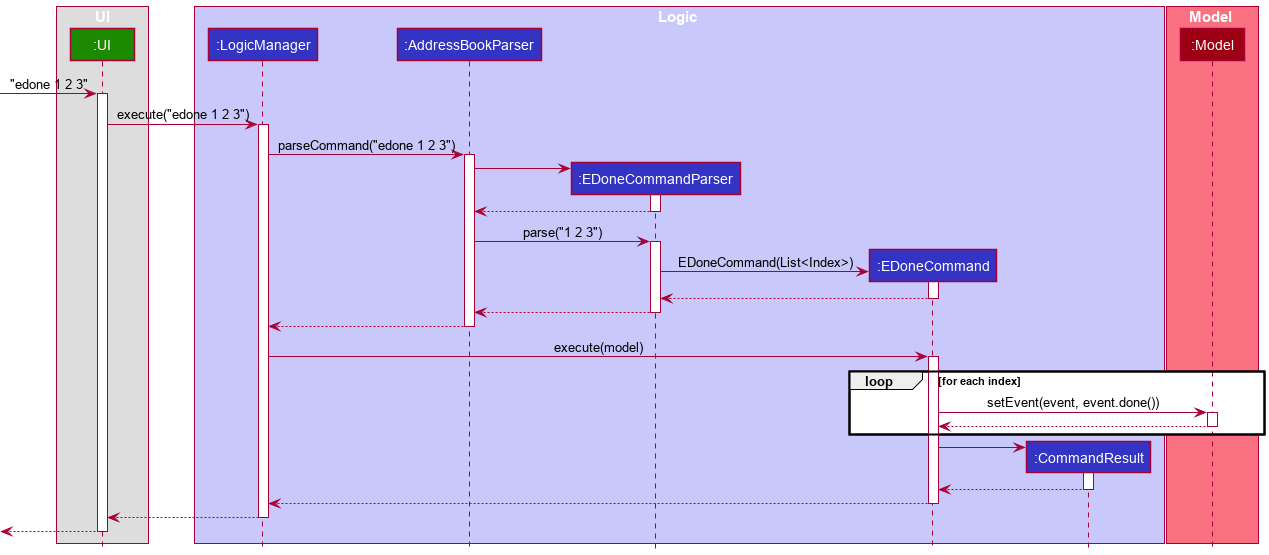
This is docs/images/EDoneSequenceDiagram.png from nus-cs2103-AY2021S2/tp, a PlantUML export, as it was before one commit. Its diagram source:
```plantuml
@startuml
!include style.puml

box UI
participant ":UI" as UI UI_COLOR
end box

box Logic LOGIC_COLOR_T1
participant ":LogicManager" as LogicManager LOGIC_COLOR
participant ":AddressBookParser" as AddressBookParser LOGIC_COLOR
participant ":EDoneCommandParser" as EDoneCommandParser LOGIC_COLOR
participant ":EDoneCommand" as EDoneCommand LOGIC_COLOR
participant ":CommandResult" as CommandResult LOGIC_COLOR
end box

box Model MODEL_COLOR_T1
participant ":Model" as Model MODEL_COLOR
end box

[-> UI : "edone 1 2 3"
activate UI

UI -> LogicManager : execute("edone 1 2 3")
activate LogicManager

LogicManager -> AddressBookParser : parseCommand("edone 1 2 3")
activate AddressBookParser

create EDoneCommandParser
AddressBookParser -> EDoneCommandParser
activate EDoneCommandParser

EDoneCommandParser --> AddressBookParser
deactivate EDoneCommandParser

AddressBookParser -> EDoneCommandParser : parse("1 2 3")
activate EDoneCommandParser

create EDoneCommand
EDoneCommandParser -> EDoneCommand : EDoneCommand(List<Index>)
activate EDoneCommand

EDoneCommand --> EDoneCommandParser
deactivate EDoneCommand

EDoneCommandParser --> AddressBookParser
deactivate EDoneCommandParser

AddressBookParser --> LogicManager
deactivate AddressBookParser

LogicManager -> EDoneCommand : execute(model)
activate EDoneCommand

loop for each index
EDoneCommand -> Model : setEvent(event, event.done())
activate Model
Model --> EDoneCommand
deactivate Model
end

create CommandResult
EDoneCommand -> CommandResult
activate CommandResult

CommandResult --> EDoneCommand
deactivate CommandResult

EDoneCommand --> LogicManager
deactivate EDoneCommand

LogicManager --> UI
deactivate LogicManager

[<-- UI
deactivate UI
@enduml
```
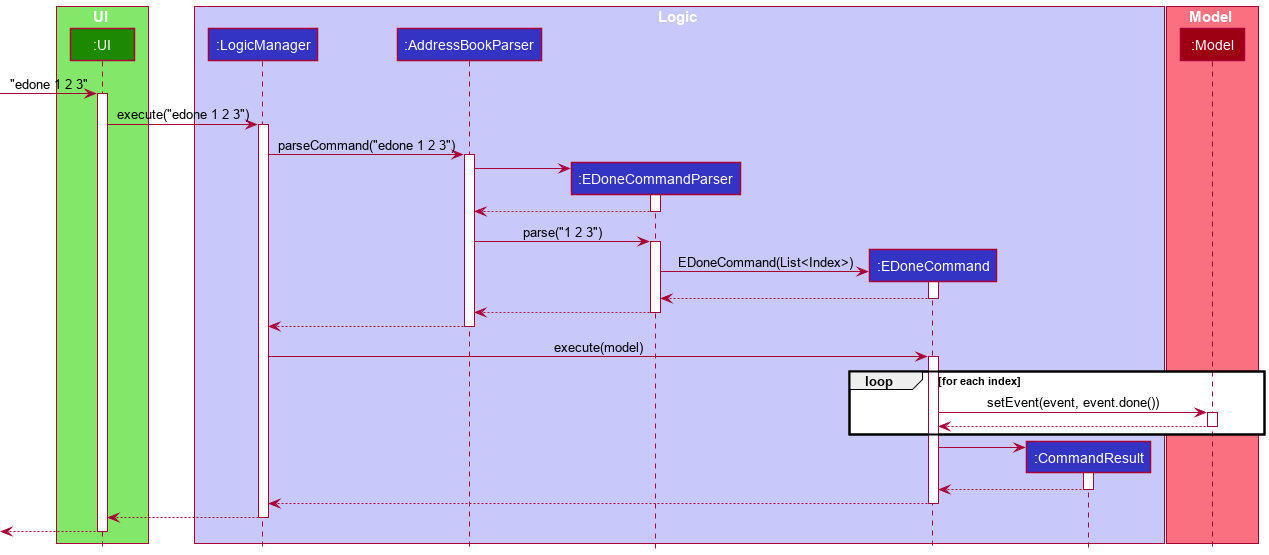
The same file after the commit.

Commit message:
Fix color in EDoneSequenceDiagram

Diff of the diagram source:
```diff
@@ -1,7 +1,7 @@
 @startuml
 !include style.puml
 
-box UI
+box UI UI_COLOR_T1
 participant ":UI" as UI UI_COLOR
 end box
 
```
